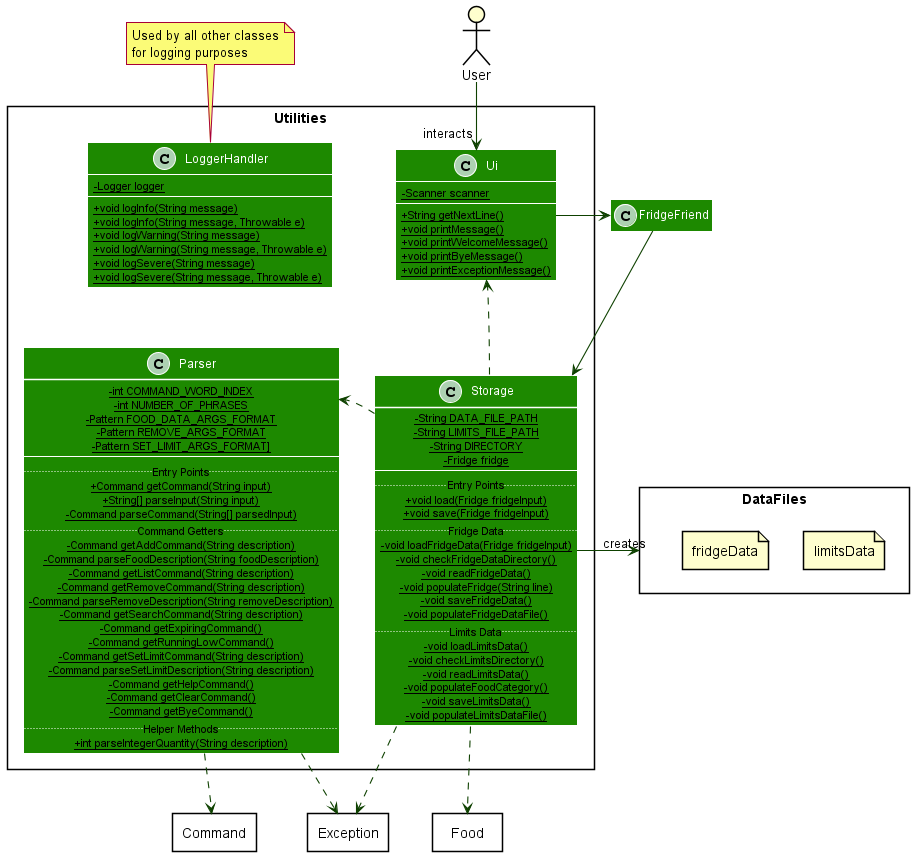
The PlantUML diagram docs/diagrams/diagram_images/UtilitiesClassDiagram.png in nus-cs2113-AY2021S2/tp, before a commit.
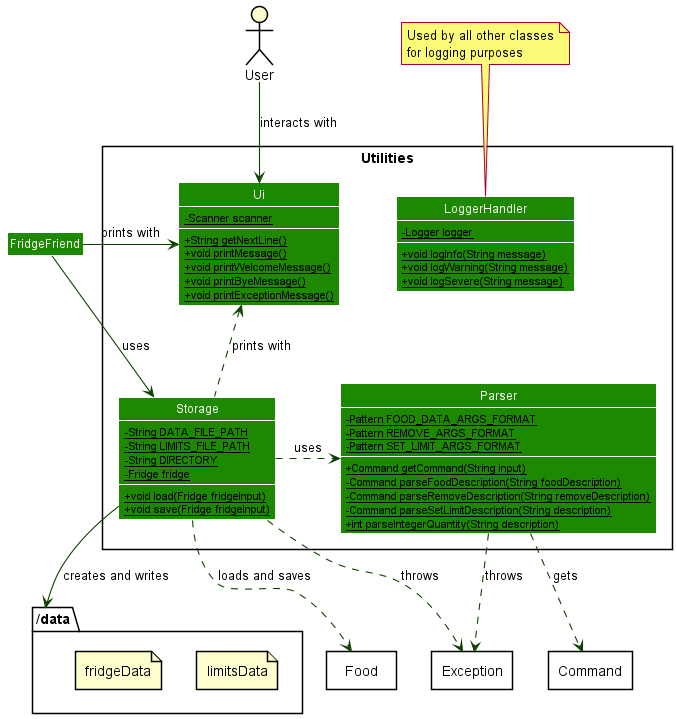
After the commit.

Commit message:
Simplified Diagram

What changed in the source:
```diff
@@ -15,7 +15,7 @@
     class Parser
 }
 
-package DataFiles <<Rectangle>> {
+package "/data" <<folder>> {
     file limitsData
     file fridgeData
 }
@@ -30,97 +30,62 @@
 }
 
 class Ui {
-  -{static} Scanner scanner
-  +{static} String getNextLine()
-  +{static} void printMessage()
-  +{static} void printWelcomeMessage()
-  +{static} void printByeMessage()
-  +{static} void printExceptionMessage()
+  - {static} Scanner scanner
+  + {static} String getNextLine()
+  + {static} void printMessage()
+  + {static} void printWelcomeMessage()
+  + {static} void printByeMessage()
+  + {static} void printExceptionMessage()
 }
 
 class LoggerHandler {
-  -{static} Logger logger
-  +{static} void logInfo(String message)
-  +{static} void logInfo(String message, Throwable e)
-  +{static} void logWarning(String message)
-  +{static} void logWarning(String message, Throwable e)
-  +{static} void logSevere(String message)
-  +{static} void logSevere(String message, Throwable e)
+  - {static} Logger logger
+  + {static} void logInfo(String message)
+  + {static} void logWarning(String message)
+  + {static} void logSevere(String message)
 }
 
 class Storage {
-  -{static} String DATA_FILE_PATH
-  -{static} String LIMITS_FILE_PATH
-  -{static} String DIRECTORY
-  -{static} Fridge fridge
-  --
-  .. Entry Points ..
-  +{static} void load(Fridge fridgeInput)
-  +{static} void save(Fridge fridgeInput)
-  .. Fridge Data ..
-  -{static} void loadFridgeData(Fridge fridgeInput)
-  -{static} void checkFridgeDataDirectory()
-  -{static} void readFridgeData()
-  -{static} void populateFridge(String line)
-  -{static} void saveFridgeData()
-  -{static} void populateFridgeDataFile()
-  .. Limits Data ..
-  -{static} void loadLimitsData()
-  -{static} void checkLimitsDirectory()
-  -{static} void readLimitsData()
-  -{static} void populateFoodCategory()
-  -{static} void saveLimitsData()
-  -{static} void populateLimitsDataFile()
+  - {static} String DATA_FILE_PATH
+  - {static} String LIMITS_FILE_PATH
+  - {static} String DIRECTORY
+  - {static} Fridge fridge
+  + {static} void load(Fridge fridgeInput)
+  + {static} void save(Fridge fridgeInput)
 }
 
 class Parser {
-  -{static} int COMMAND_WORD_INDEX
-  -{static} int NUMBER_OF_PHRASES
-  -{static} Pattern FOOD_DATA_ARGS_FORMAT
-  -{static} Pattern REMOVE_ARGS_FORMAT
-  -{static} Pattern SET_LIMIT_ARGS_FORMAT]
-  --
-  .. Entry Points ..
-  +{static} Command getCommand(String input)
-  +{static} String[] parseInput(String input)
-  -{static} Command parseCommand(String[] parsedInput)
-  .. Command Getters ..
-  -{static} Command getAddCommand(String description)
-  -{static} Command parseFoodDescription(String foodDescription)
-  -{static} Command getListCommand(String description)
-  -{static} Command getRemoveCommand(String description)
-  -{static} Command parseRemoveDescription(String removeDescription)
-  -{static} Command getSearchCommand(String description)
-  -{static} Command getExpiringCommand()
-  -{static} Command getRunningLowCommand()
-  -{static} Command getSetLimitCommand(String description)
-  -{static} Command parseSetLimitDescription(String description)
-  -{static} Command getHelpCommand()
-  -{static} Command getClearCommand()
-  -{static} Command getByeCommand()
-  .. Helper Methods ..
-  +{static} int parseIntegerQuantity(String description)
+  - {static} Pattern FOOD_DATA_ARGS_FORMAT
+  - {static} Pattern REMOVE_ARGS_FORMAT
+  - {static} Pattern SET_LIMIT_ARGS_FORMAT
+  + {static} Command getCommand(String input)
+  - {static} Command parseFoodDescription(String foodDescription)
+  - {static} Command parseRemoveDescription(String removeDescription)
+  - {static} Command parseSetLimitDescription(String description)
+  + {static} int parseIntegerQuantity(String description)
 }
 
-LoggerHandler -right[hidden]-> Ui
+LoggerHandler -left[hidden]-> Ui
 LoggerHandler -down[hidden]-> Parser
-Parser -right[hidden]-> Storage
+Parser -left[hidden]-> Storage
 Ui -down[hidden]-> Storage
 Command -right[hidden]-> Exception
-Exception -right[hidden]-> Food
-Ui -right-> FridgeFriend
-Storage -right-> "creates" DataFiles
-DataFiles -up[hidden]-> FridgeFriend
+"/data" -right[hidden]-> Food
+Food -right[hidden]-> Exception
+Exception -right[hidden]-> Command
+Parser -down[hidden]-> "/data"
 
+User -down-> Ui : interacts with
+FridgeFriend -right-> Ui : prints with
+FridgeFriend -right-> Storage : uses
 
-User --> "interacts" Ui
-Storage .down.> Food
-Storage .down.> Exception
-Storage ..> Ui
-Storage ..> Parser
-Parser .down.> Exception
-Parser .down.> Command
-FridgeFriend --> Storage
+Storage .up.> Ui : prints with
+Storage .right.> Parser : uses
+Storage -down-> "/data" : creates and writes
+Storage .down.> Food : loads and saves
+Storage .down.> Exception : throws
+Parser .down.> Exception : throws
+Parser .down.> Command : gets
 
 note top of LoggerHandler : Used by all other classes\nfor logging purposes
 
```
